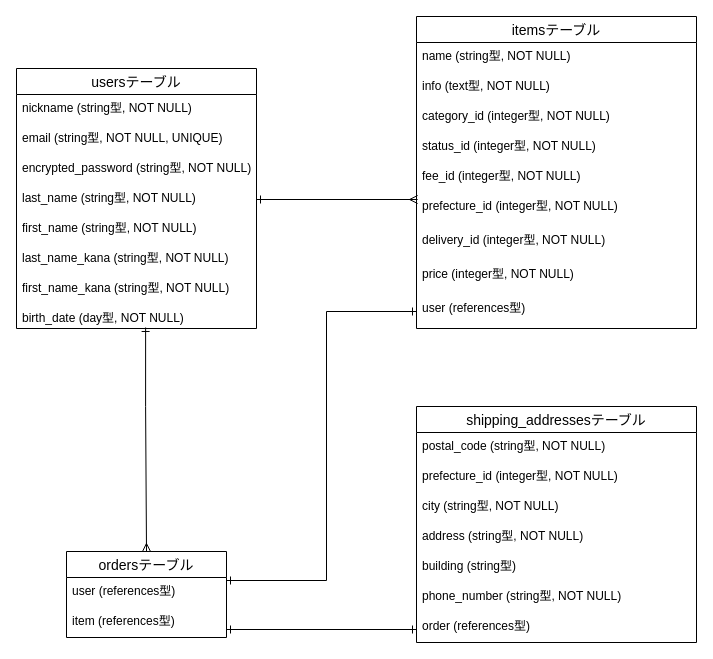
yunyunjp/furima-35190 keeps this draw.io diagram as ER.dio. Above is the earlier version. Source tidied: cells renumbered, new cells numbered last; positions are measured from the earlier drawing's top-left corner, leaving out a move shared by most shapes. Both pictures are drawn from the tidied source at 100%, with x=0, y=0 at pixel (16, 16).
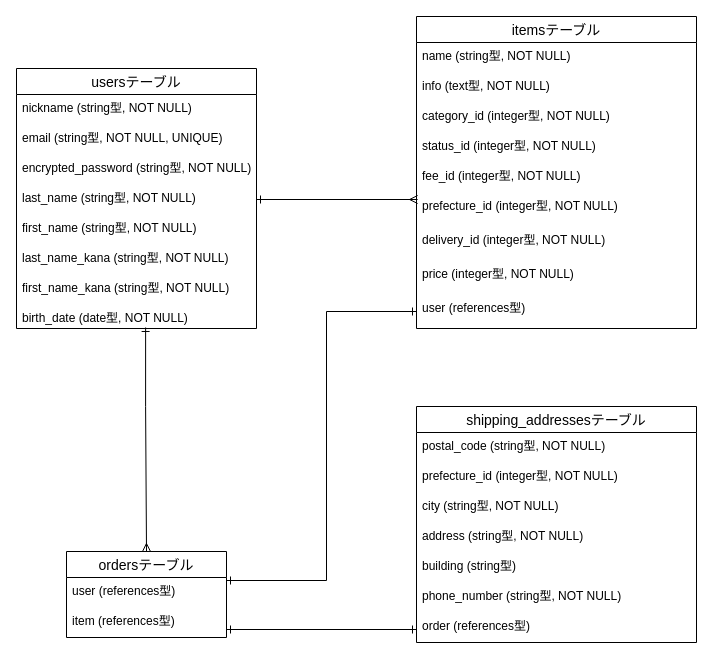
After the change.

Unchanged cells that the change refers to:
```xml
<mxCell id="2" value="usersテーブル" style="swimlane;fontStyle=0;horizontal=1;startSize=26;align=center;fontSize=14;" parent="1" vertex="1">
  <mxGeometry y="52" width="240" height="260" as="geometry" />
</mxCell>
```

What changed in the source:
```diff
@@
-    <mxCell id="10" value="birth_date (day型, NOT NULL)" style="text;strokeColor=none;fillColor=none;spacingLeft=4;spacingRight=4;overflow=hidden;points=[[0,0.5],[1,0.5]];portConstraint=eastwest;fontSize=12;" parent="2" vertex="1">
+    <mxCell id="10" value="birth_date (date型, NOT NULL)" style="text;strokeColor=none;fillColor=none;spacingLeft=4;spacingRight=4;overflow=hidden;points=[[0,0.5],[1,0.5]];portConstraint=eastwest;fontSize=12;" parent="2" vertex="1">
       <mxGeometry y="236" width="240" height="24" as="geometry" />
     </mxCell>
```
